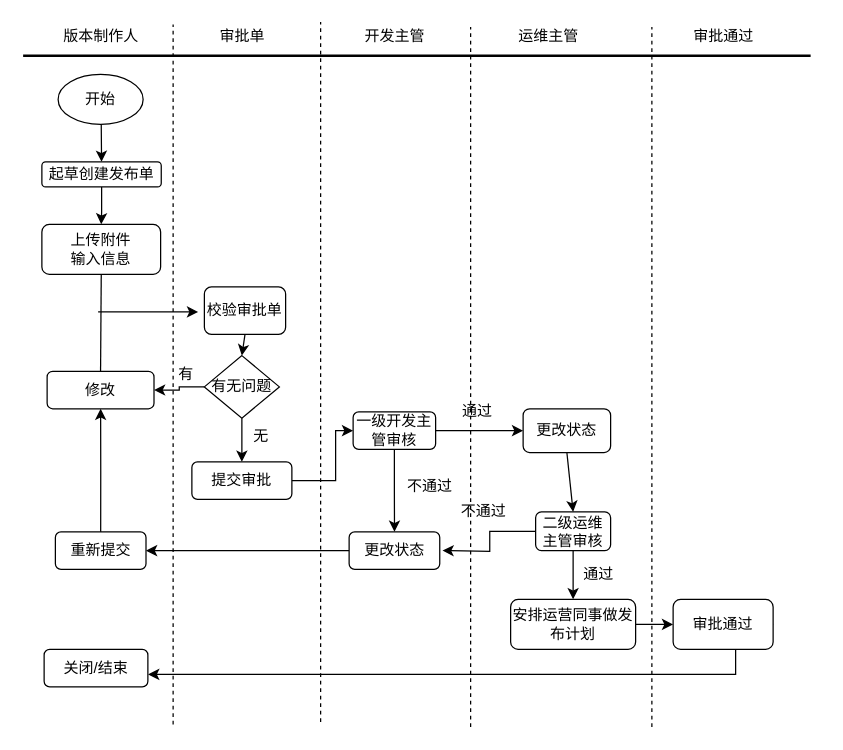
The draw.io diagram src/com/cupd/sharon/Untitled Diagram.drawio in sharonwq/sharon_test, before the edit. Source tidied: cells renumbered, new cells numbered last; positions are measured from the earlier drawing's top-left corner, leaving out a move shared by most shapes. Both pictures are drawn from the tidied source at 125%, with x=0, y=0 at pixel (22, 21).
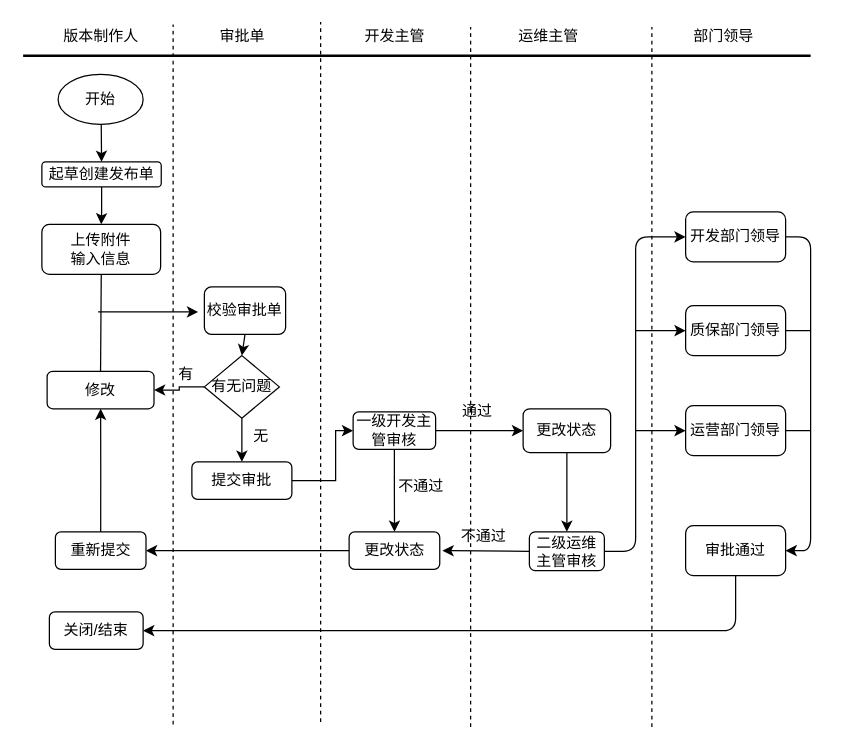
The same page after the edit.

Diff of the diagram source:
```diff
@@
-    <mxCell id="6" value="审批通过" style="text;html=1;align=center;verticalAlign=middle;strokeColor=none;" parent="1" vertex="1">
+    <mxCell id="6" value="部门领导" style="text;html=1;align=center;verticalAlign=middle;strokeColor=none;" parent="1" vertex="1">
       <mxGeometry x="530" y="2" width="60" height="20" as="geometry" />
     </mxCell>
@@
     <mxCell id="16" value="不通过" style="text;html=1;align=center;verticalAlign=middle;strokeColor=none;" parent="1" vertex="1">
-      <mxGeometry x="300" y="362" width="50" height="20" as="geometry" />
+      <mxGeometry x="292.5" y="362" width="50" height="20" as="geometry" />
     </mxCell>
@@
-    <mxCell id="21" style="edgeStyle=orthogonalEdgeStyle;rounded=0;jettySize=auto;html=1;" parent="1" edge="1" source="22" target="26">
-      <mxGeometry relative="1" as="geometry" />
-    </mxCell>
     <mxCell id="22" value="二级运维主管审核" style="rounded=1;whiteSpace=wrap;html=1;" parent="1" vertex="1">
-      <mxGeometry x="410" y="392" width="60" height="31" as="geometry" />
+      <mxGeometry x="405" y="408" width="60" height="31" as="geometry" />
     </mxCell>
@@
     <mxCell id="24" value="不通过" style="text;html=1;align=center;verticalAlign=middle;strokeColor=none;" parent="1" vertex="1">
-      <mxGeometry x="342.5" y="382" width="50" height="20" as="geometry" />
+      <mxGeometry x="342.5" y="402" width="50" height="20" as="geometry" />
     </mxCell>
-    <mxCell id="25" style="edgeStyle=orthogonalEdgeStyle;rounded=0;jettySize=auto;html=1;" parent="1" edge="1" source="26" target="28">
-      <mxGeometry relative="1" as="geometry" />
-    </mxCell>
-    <mxCell id="26" value="安排运营同事做发布计划" style="rounded=1;whiteSpace=wrap;html=1;" parent="1" vertex="1">
-      <mxGeometry x="390" y="462" width="100" height="40" as="geometry" />
-    </mxCell>
-    <mxCell id="27" style="edgeStyle=orthogonalEdgeStyle;rounded=0;orthogonalLoop=1;jettySize=auto;html=1;" parent="1" edge="1">
-      <mxGeometry relative="1" as="geometry">
-        <mxPoint x="600" y="482" as="sourcePoint" />
-        <mxPoint x="100" y="522" as="targetPoint" />
-        <Array as="points">
-          <mxPoint x="570" y="482" />
-          <mxPoint x="570" y="522" />
-        </Array>
-      </mxGeometry>
-    </mxCell>
     <mxCell id="28" value="审批通过" style="rounded=1;whiteSpace=wrap;html=1;" parent="1" vertex="1">
-      <mxGeometry x="520" y="462" width="80" height="40" as="geometry" />
+      <mxGeometry x="530" y="403" width="80" height="40" as="geometry" />
     </mxCell>
     <mxCell id="29" value="关闭/结束" style="rounded=1;whiteSpace=wrap;html=1;" parent="1" vertex="1">
-      <mxGeometry x="16.8" y="502" width="83" height="30" as="geometry" />
+      <mxGeometry x="21" y="472" width="75" height="30" as="geometry" />
     </mxCell>
@@
-    <mxCell id="45" value="通过" style="text;html=1;align=center;verticalAlign=middle;strokeColor=none;" parent="1" vertex="1">
-      <mxGeometry x="440" y="432" width="40" height="20" as="geometry" />
-    </mxCell>
@@
+    <mxCell id="50" value="开发部门领导" style="rounded=1;whiteSpace=wrap;html=1;" parent="1" vertex="1">
+      <mxGeometry x="530" y="152" width="80" height="40" as="geometry" />
+    </mxCell>
+    <mxCell id="51" value="质保部门领导" style="rounded=1;whiteSpace=wrap;html=1;" parent="1" vertex="1">
+      <mxGeometry x="530" y="227" width="80" height="40" as="geometry" />
+    </mxCell>
+    <mxCell id="52" value="运营部门领导" style="rounded=1;whiteSpace=wrap;html=1;" parent="1" vertex="1">
+      <mxGeometry x="530" y="307" width="80" height="40" as="geometry" />
+    </mxCell>
+    <mxCell id="53" style="edgeStyle=elbowEdgeStyle;elbow=horizontal;endArrow=classic;html=1;exitX=1;exitY=0.5;exitDx=0;exitDy=0;entryX=0;entryY=0.5;entryDx=0;entryDy=0;" parent="1" edge="1" source="22" target="50">
+      <mxGeometry relative="1" as="geometry">
+        <Array as="points">
+          <mxPoint x="490" y="282" />
+        </Array>
+      </mxGeometry>
+    </mxCell>
+    <mxCell id="54" style="endArrow=classic;html=1;entryX=0;entryY=0.5;entryDx=0;entryDy=0;" parent="1" edge="1" target="51">
+      <mxGeometry relative="1" as="geometry">
+        <mxPoint x="490" y="247" as="sourcePoint" />
+      </mxGeometry>
+    </mxCell>
+    <mxCell id="55" style="endArrow=classic;html=1;entryX=0;entryY=0.5;entryDx=0;entryDy=0;" parent="1" edge="1" target="52">
+      <mxGeometry relative="1" as="geometry">
+        <mxPoint x="490" y="327" as="sourcePoint" />
+      </mxGeometry>
+    </mxCell>
+    <mxCell id="56" style="edgeStyle=elbowEdgeStyle;elbow=horizontal;endArrow=classic;html=1;exitX=1;exitY=0.5;exitDx=0;exitDy=0;entryX=1;entryY=0.5;entryDx=0;entryDy=0;" parent="1" edge="1" source="50" target="28">
+      <mxGeometry relative="1" as="geometry">
+        <Array as="points">
+          <mxPoint x="630" y="332" />
+        </Array>
+      </mxGeometry>
+    </mxCell>
+    <mxCell id="57" style="endArrow=none;html=1;exitX=1;exitY=0.5;exitDx=0;exitDy=0;" parent="1" edge="1" source="51">
+      <mxGeometry relative="1" as="geometry">
+        <mxPoint x="630" y="247" as="targetPoint" />
+      </mxGeometry>
+    </mxCell>
+    <mxCell id="58" style="endArrow=none;html=1;exitX=1;exitY=0.5;exitDx=0;exitDy=0;" parent="1" edge="1" source="52">
+      <mxGeometry relative="1" as="geometry">
+        <mxPoint x="630" y="327" as="targetPoint" />
+      </mxGeometry>
+    </mxCell>
+    <mxCell id="59" style="edgeStyle=segmentEdgeStyle;endArrow=classic;html=1;exitX=0.5;exitY=1;exitDx=0;exitDy=0;entryX=1;entryY=0.5;entryDx=0;entryDy=0;" parent="1" edge="1" source="28" target="29">
+      <mxGeometry relative="1" as="geometry">
+        <Array as="points">
+          <mxPoint x="570" y="487" />
+        </Array>
+      </mxGeometry>
+    </mxCell>
```
